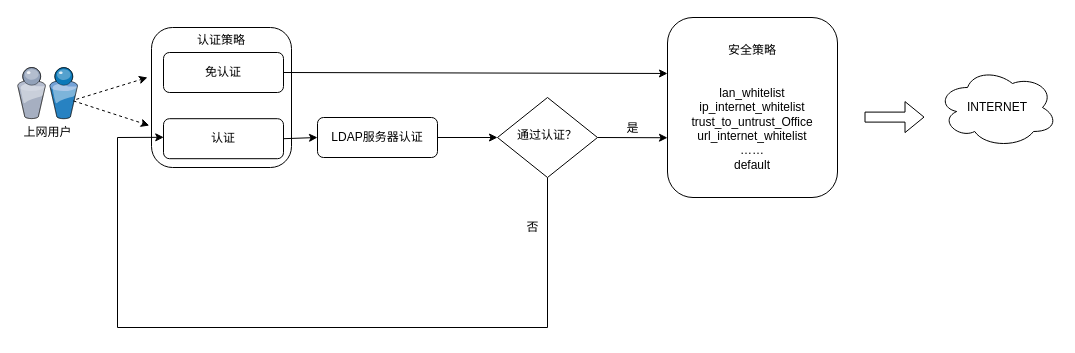
The draw.io diagram LDAP认证场地上网流程.drawio in blacksoilzz/draw.io, before the edit. Source tidied: cells renumbered, new cells numbered last; positions are measured from the earlier drawing's top-left corner, leaving out a move shared by most shapes. Both pictures are drawn from the tidied source at 100%, with x=0, y=0 at pixel (17, 17).
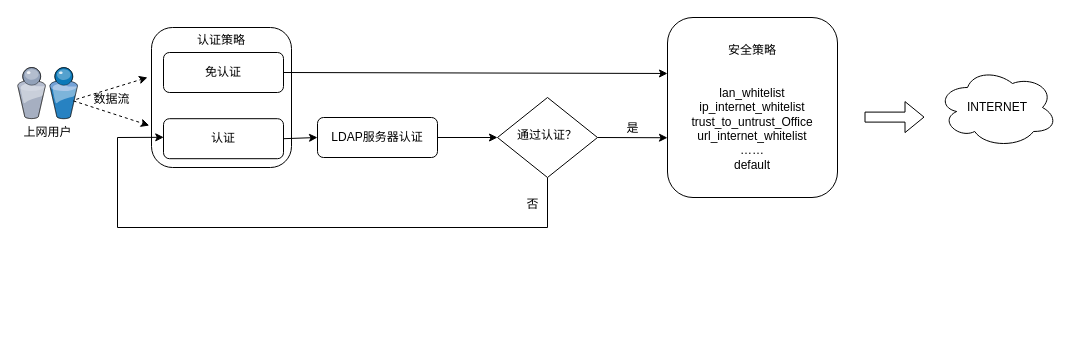
The same diagram, later.

Commit message:
Added LDAP认证场地上网流程.drawio

Unchanged cells that the change refers to:
```xml
<mxCell id="6" value="认证" style="rounded=1;whiteSpace=wrap;html=1;fontSize=12;glass=0;strokeWidth=1;shadow=0;" parent="1" vertex="1">
  <mxGeometry x="146" y="101.2" width="120" height="40" as="geometry" />
</mxCell>
<mxCell id="12" value="通过认证？" style="rhombus;whiteSpace=wrap;html=1;shadow=0;fontFamily=Helvetica;fontSize=12;align=center;strokeWidth=1;spacing=6;spacingTop=-4;" parent="1" vertex="1">
  <mxGeometry x="480" y="80" width="100" height="80" as="geometry" />
</mxCell>
```

Diff of the diagram source:
```diff
@@
     <mxCell id="10" style="edgeStyle=none;rounded=0;jettySize=auto;html=1;exitX=0.5;exitY=1;exitDx=0;exitDy=0;entryX=0.002;entryY=0.465;entryDx=0;entryDy=0;entryPerimeter=0;" parent="1" edge="1" source="12" target="6">
       <mxGeometry relative="1" as="geometry">
         <Array as="points">
-          <mxPoint x="530" y="310" />
-          <mxPoint x="100" y="310" />
+          <mxPoint x="530" y="210" />
+          <mxPoint x="100" y="210" />
           <mxPoint x="100" y="120" />
         </Array>
       </mxGeometry>
     </mxCell>
@@
     <mxCell id="16" value="否" style="text;html=1;align=center;verticalAlign=middle;" parent="1" vertex="1">
-      <mxGeometry x="500" y="200" width="30" height="20" as="geometry" />
+      <mxGeometry x="500" y="177" width="30" height="20" as="geometry" />
     </mxCell>
@@
+    <mxCell id="20" value="数据流" style="text;html=1;align=center;verticalAlign=middle;" parent="1" vertex="1">
+      <mxGeometry x="69" y="72" width="50" height="20" as="geometry" />
+    </mxCell>
```
